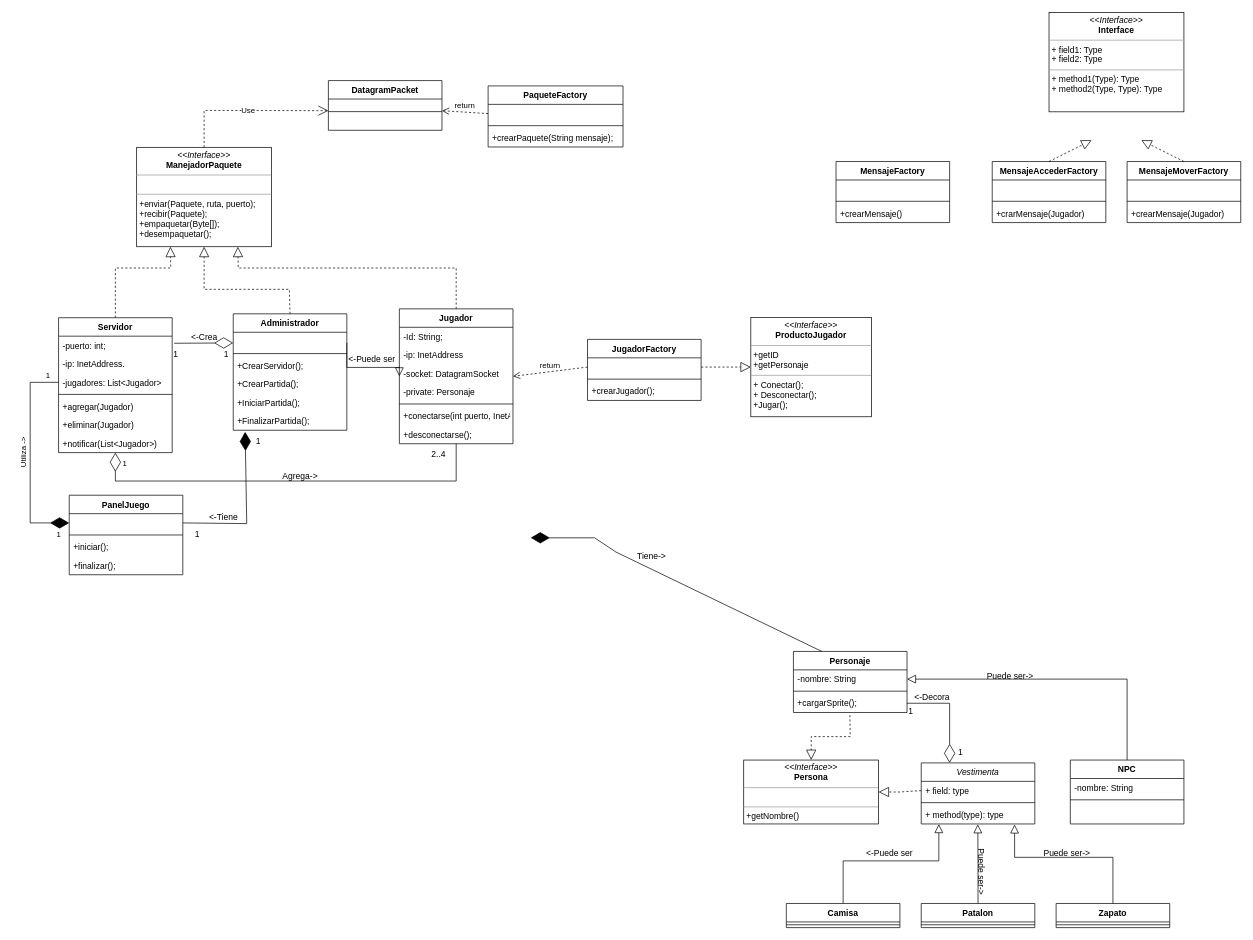
Earlier version of the draw.io diagram page "Diagrama de clases" (2 of 9) of UML/UML.drawio (Carlos19men/EcoCrossing). Source tidied: cells renumbered, new cells numbered last; positions are measured from the earlier drawing's top-left corner, leaving out a move shared by most shapes. Both pictures are drawn from the tidied source at 71%, with x=0, y=0 at pixel (-2, 12).
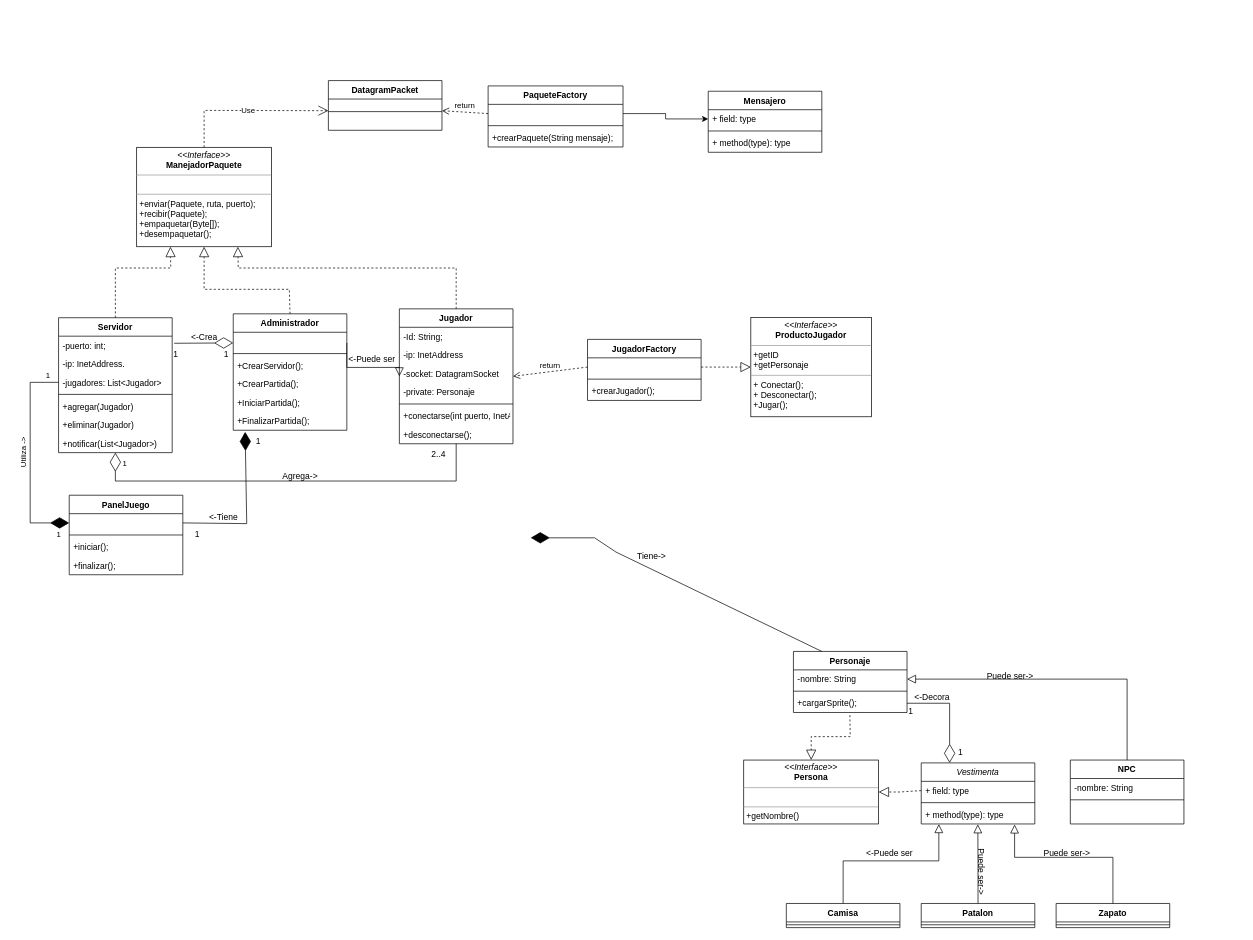
The same page after the edit.

The change refers to these unchanged cells:
```xml
<mxCell id="69" value=" " style="text;strokeColor=none;fillColor=none;align=left;verticalAlign=top;spacingLeft=4;spacingRight=4;overflow=hidden;points=[[0,0.5],[1,0.5]];portConstraint=eastwest;" parent="68" vertex="1">
  <mxGeometry y="26" width="190" height="26" as="geometry" />
</mxCell>
```

Diff of the diagram source:
```diff
@@
-    <mxCell id="102" value="MensajeMoverFactory" style="swimlane;fontStyle=1;align=center;verticalAlign=top;horizontal=1;startSize=26;" parent="1" vertex="1">
-      <mxGeometry x="1590" y="210" width="160" height="86" as="geometry" />
-    </mxCell>
-    <mxCell id="103" value=" " style="text;strokeColor=none;fillColor=none;align=left;verticalAlign=top;spacingLeft=4;spacingRight=4;overflow=hidden;" parent="102" vertex="1">
-      <mxGeometry y="26" width="160" height="26" as="geometry" />
-    </mxCell>
-    <mxCell id="104" style="line;strokeWidth=1;fillColor=none;align=left;verticalAlign=middle;spacingTop=-1;spacingLeft=3;spacingRight=3;labelPosition=right;strokeColor=inherit;" parent="102" vertex="1">
-      <mxGeometry y="52" width="160" height="8" as="geometry" />
-    </mxCell>
-    <mxCell id="105" value="+crearMensaje(Jugador)" style="text;strokeColor=none;fillColor=none;align=left;verticalAlign=top;spacingLeft=4;spacingRight=4;overflow=hidden;" parent="102" vertex="1">
-      <mxGeometry y="60" width="160" height="26" as="geometry" />
-    </mxCell>
-    <mxCell id="106" value="MensajeAccederFactory" style="swimlane;fontStyle=1;align=center;verticalAlign=top;horizontal=1;startSize=26;" parent="1" vertex="1">
-      <mxGeometry x="1400" y="210" width="160" height="86" as="geometry" />
-    </mxCell>
-    <mxCell id="107" value=" " style="text;strokeColor=none;fillColor=none;align=left;verticalAlign=top;spacingLeft=4;spacingRight=4;overflow=hidden;" parent="106" vertex="1">
-      <mxGeometry y="26" width="160" height="26" as="geometry" />
-    </mxCell>
-    <mxCell id="108" style="line;strokeWidth=1;fillColor=none;align=left;verticalAlign=middle;spacingTop=-1;spacingLeft=3;spacingRight=3;labelPosition=right;strokeColor=inherit;" parent="106" vertex="1">
-      <mxGeometry y="52" width="160" height="8" as="geometry" />
-    </mxCell>
-    <mxCell id="109" value="+crarMensaje(Jugador)" style="text;strokeColor=none;fillColor=none;align=left;verticalAlign=top;spacingLeft=4;spacingRight=4;overflow=hidden;" parent="106" vertex="1">
-      <mxGeometry y="60" width="160" height="26" as="geometry" />
-    </mxCell>
-    <mxCell id="110" value="MensajeFactory" style="swimlane;fontStyle=1;align=center;verticalAlign=top;horizontal=1;startSize=26;" parent="1" vertex="1">
-      <mxGeometry x="1180" y="210" width="160" height="86" as="geometry" />
-    </mxCell>
-    <mxCell id="111" value=" " style="text;strokeColor=none;fillColor=none;align=left;verticalAlign=top;spacingLeft=4;spacingRight=4;overflow=hidden;" parent="110" vertex="1">
-      <mxGeometry y="26" width="160" height="26" as="geometry" />
-    </mxCell>
-    <mxCell id="112" style="line;strokeWidth=1;fillColor=none;align=left;verticalAlign=middle;spacingTop=-1;spacingLeft=3;spacingRight=3;labelPosition=right;strokeColor=inherit;" parent="110" vertex="1">
-      <mxGeometry y="52" width="160" height="8" as="geometry" />
-    </mxCell>
-    <mxCell id="113" value="+crearMensaje()" style="text;strokeColor=none;fillColor=none;align=left;verticalAlign=top;spacingLeft=4;spacingRight=4;overflow=hidden;" parent="110" vertex="1">
-      <mxGeometry y="60" width="160" height="26" as="geometry" />
-    </mxCell>
-    <mxCell id="114" style="endArrow=block;dashed=1;endFill=0;endSize=12;html=1;rounded=0;exitX=0.5;exitY=0;exitDx=0;exitDy=0;" parent="1" edge="1" source="106">
-      <mxGeometry relative="1" as="geometry">
-        <mxPoint x="1540" y="180" as="targetPoint" />
-      </mxGeometry>
-    </mxCell>
-    <mxCell id="115" style="endArrow=block;dashed=1;endFill=0;endSize=12;html=1;rounded=0;exitX=0.5;exitY=0;exitDx=0;exitDy=0;" parent="1" edge="1" source="102">
-      <mxGeometry relative="1" as="geometry">
-        <mxPoint x="1610" y="180" as="targetPoint" />
-      </mxGeometry>
-    </mxCell>
-    <mxCell id="116" value="&lt;p style=&quot;margin:0px;margin-top:4px;text-align:center;&quot;&gt;&lt;i&gt;&amp;lt;&amp;lt;Interface&amp;gt;&amp;gt;&lt;/i&gt;&lt;br/&gt;&lt;b&gt;Interface&lt;/b&gt;&lt;/p&gt;&lt;hr size=&quot;1&quot;/&gt;&lt;p style=&quot;margin:0px;margin-left:4px;&quot;&gt;+ field1: Type&lt;br/&gt;+ field2: Type&lt;/p&gt;&lt;hr size=&quot;1&quot;/&gt;&lt;p style=&quot;margin:0px;margin-left:4px;&quot;&gt;+ method1(Type): Type&lt;br/&gt;+ method2(Type, Type): Type&lt;/p&gt;" style="verticalAlign=top;align=left;overflow=fill;fontSize=12;fontFamily=Helvetica;html=1;" parent="1" vertex="1">
-      <mxGeometry x="1480" width="190" height="140" as="geometry" />
-    </mxCell>
+    <mxCell id="117" value="Mensajero" style="swimlane;fontStyle=1;align=center;verticalAlign=top;horizontal=1;startSize=26;" parent="1" vertex="1">
+      <mxGeometry x="1000" y="111" width="160" height="86" as="geometry" />
+    </mxCell>
+    <mxCell id="118" value="+ field: type" style="text;strokeColor=none;fillColor=none;align=left;verticalAlign=top;spacingLeft=4;spacingRight=4;overflow=hidden;points=[[0,0.5],[1,0.5]];portConstraint=eastwest;" parent="117" vertex="1">
+      <mxGeometry y="26" width="160" height="26" as="geometry" />
+    </mxCell>
+    <mxCell id="119" style="line;strokeWidth=1;fillColor=none;align=left;verticalAlign=middle;spacingTop=-1;spacingLeft=3;spacingRight=3;labelPosition=right;strokeColor=inherit;" parent="117" vertex="1">
+      <mxGeometry y="52" width="160" height="8" as="geometry" />
+    </mxCell>
+    <mxCell id="120" value="+ method(type): type" style="text;strokeColor=none;fillColor=none;align=left;verticalAlign=top;spacingLeft=4;spacingRight=4;overflow=hidden;" parent="117" vertex="1">
+      <mxGeometry y="60" width="160" height="26" as="geometry" />
+    </mxCell>
+    <mxCell id="121" style="edgeStyle=orthogonalEdgeStyle;rounded=0;jettySize=auto;html=1;exitX=1;exitY=0.5;exitDx=0;exitDy=0;entryX=0;entryY=0.5;entryDx=0;entryDy=0;" parent="1" edge="1" source="69" target="118">
+      <mxGeometry relative="1" as="geometry" />
+    </mxCell>
```
